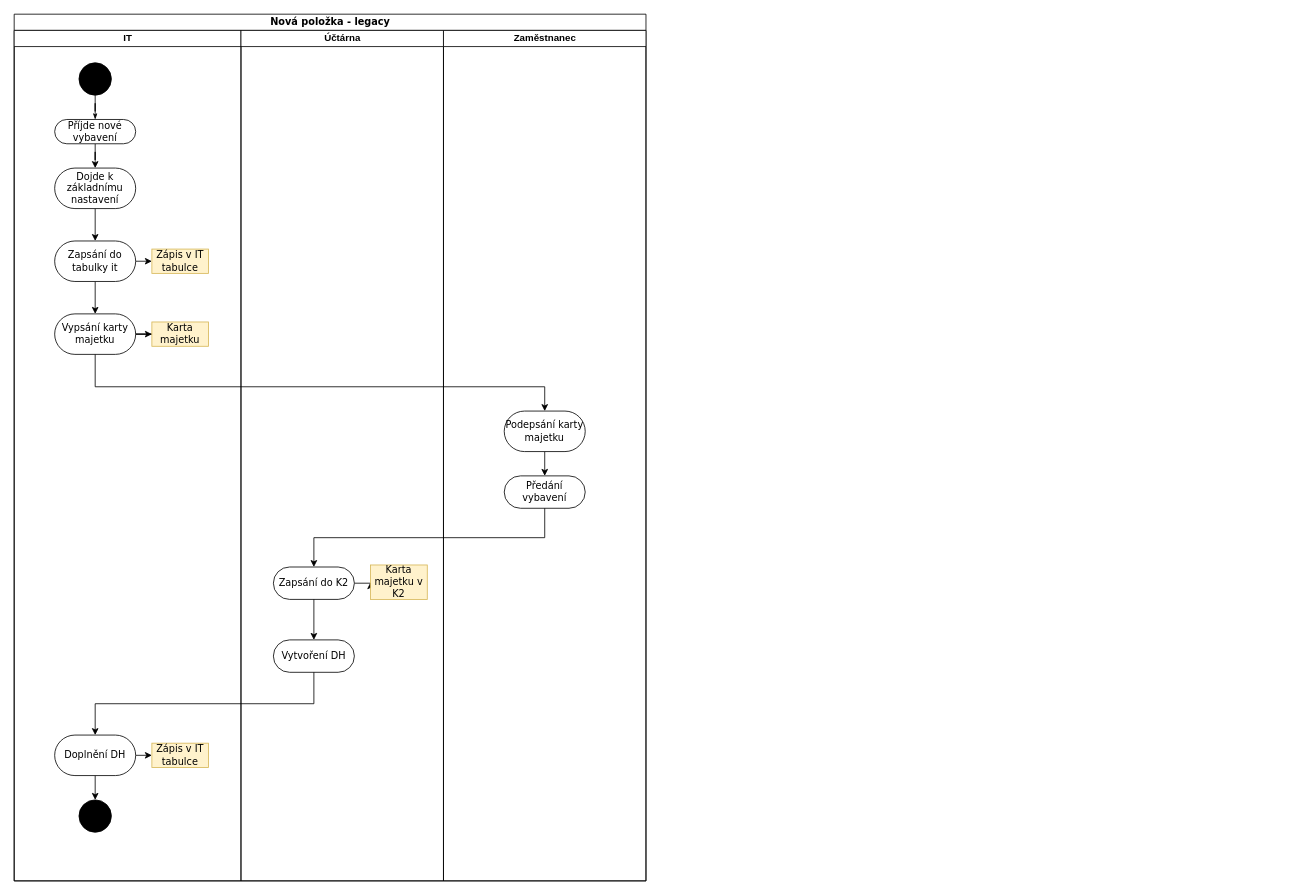
This is page "Nová položka - legacy" (1 of 6) of UML - Inventar.drawio from horeckyj/drawio, a draw.io file, before an edit. Source tidied: cells renumbered, new cells numbered last; positions are measured from the earlier drawing's top-left corner, leaving out a move shared by most shapes. Both pictures are drawn from the tidied source at 81%, with x=0, y=0 at pixel (14, 14).
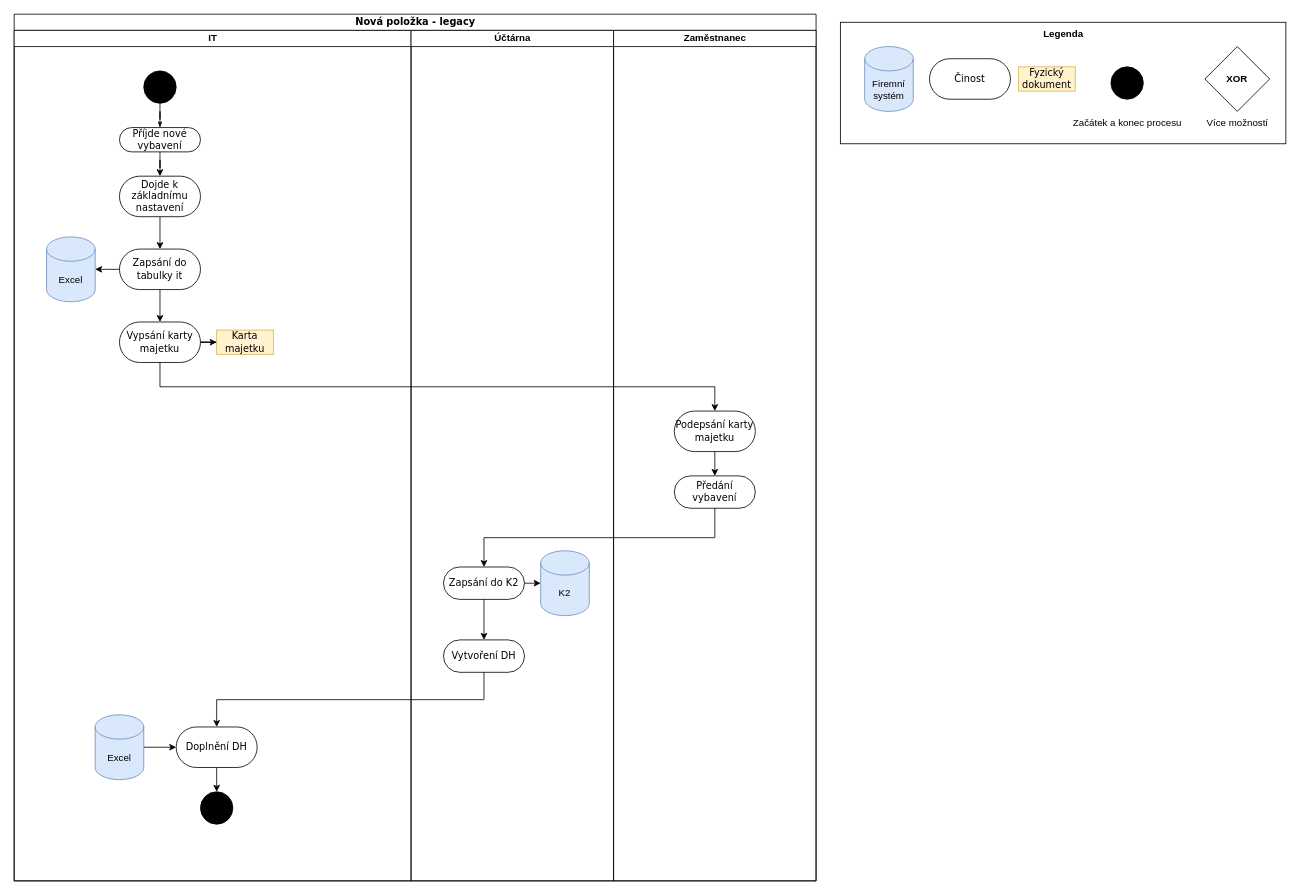
The same page after the edit.

The change refers to these unchanged cells:
```xml
<mxCell id="24" value="Zapsání do K2" style="rounded=1;whiteSpace=wrap;html=1;shadow=0;comic=0;labelBackgroundColor=none;strokeWidth=1;fontFamily=Verdana;fontSize=12;align=center;arcSize=50;" parent="22" vertex="1">
  <mxGeometry x="40" y="662.5" width="100" height="40" as="geometry" />
</mxCell>
<mxCell id="30" value="Podepsání karty majetku" style="rounded=1;whiteSpace=wrap;html=1;shadow=0;comic=0;labelBackgroundColor=none;strokeWidth=1;fontFamily=Verdana;fontSize=12;align=center;arcSize=50;" parent="28" vertex="1">
  <mxGeometry x="75" y="470" width="100" height="50" as="geometry" />
</mxCell>
```

Diff of the diagram source:
```diff
@@
     <mxCell id="2" value="Nová položka - legacy" style="swimlane;html=1;startSize=20;rounded=0;shadow=0;comic=0;labelBackgroundColor=none;strokeWidth=1;fontFamily=Verdana;fontSize=12;align=center;" parent="1" vertex="1">
-      <mxGeometry width="780" height="1070" as="geometry" />
+      <mxGeometry width="990" height="1070" as="geometry" />
     </mxCell>
     <mxCell id="3" value="IT" style="swimlane;html=1;startSize=20;" parent="2" vertex="1">
-      <mxGeometry y="20" width="280" height="1050" as="geometry" />
+      <mxGeometry y="20" width="490" height="1050" as="geometry" />
     </mxCell>
     <mxCell id="4" style="ellipse;whiteSpace=wrap;html=1;rounded=0;shadow=0;comic=0;labelBackgroundColor=none;strokeWidth=1;fillColor=#000000;fontFamily=Verdana;fontSize=12;align=center;" parent="3" vertex="1">
-      <mxGeometry x="80" y="40" width="40" height="40" as="geometry" />
+      <mxGeometry x="160" y="50" width="40" height="40" as="geometry" />
     </mxCell>
@@
     <mxCell id="6" value="Příjde nové vybavení" style="rounded=1;whiteSpace=wrap;html=1;shadow=0;comic=0;labelBackgroundColor=none;strokeWidth=1;fontFamily=Verdana;fontSize=12;align=center;arcSize=50;" parent="3" vertex="1">
-      <mxGeometry x="50" y="110" width="100" height="30" as="geometry" />
+      <mxGeometry x="130" y="120" width="100" height="30" as="geometry" />
     </mxCell>
@@
     <mxCell id="9" value="Dojde k základnímu nastavení" style="rounded=1;whiteSpace=wrap;html=1;shadow=0;comic=0;labelBackgroundColor=none;strokeWidth=1;fontFamily=Verdana;fontSize=12;align=center;arcSize=50;" parent="3" vertex="1">
-      <mxGeometry x="50" y="170" width="100" height="50" as="geometry" />
+      <mxGeometry x="130" y="180" width="100" height="50" as="geometry" />
     </mxCell>
@@
     <mxCell id="11" value="Vypsání karty majetku" style="rounded=1;whiteSpace=wrap;html=1;shadow=0;comic=0;labelBackgroundColor=none;strokeWidth=1;fontFamily=Verdana;fontSize=12;align=center;arcSize=50;" parent="3" vertex="1">
-      <mxGeometry x="50" y="350" width="100" height="50" as="geometry" />
+      <mxGeometry x="130" y="360" width="100" height="50" as="geometry" />
     </mxCell>
     <mxCell id="12" value="Karta majetku" style="rounded=0;whiteSpace=wrap;html=1;shadow=0;comic=0;labelBackgroundColor=none;strokeWidth=1;fontFamily=Verdana;fontSize=12;align=center;arcSize=50;fillColor=#fff2cc;strokeColor=#d6b656;" parent="3" vertex="1">
-      <mxGeometry x="170" y="360" width="70" height="30" as="geometry" />
+      <mxGeometry x="250" y="370" width="70" height="30" as="geometry" />
     </mxCell>
-    <mxCell id="13" style="edgeStyle=orthogonalEdgeStyle;rounded=0;jettySize=auto;html=1;exitX=1;exitY=0.5;exitDx=0;exitDy=0;entryX=0;entryY=0.5;entryDx=0;entryDy=0;" parent="3" edge="1" source="15" target="16">
-      <mxGeometry relative="1" as="geometry" />
-    </mxCell>
@@
     <mxCell id="15" value="Zapsání do tabulky it" style="rounded=1;whiteSpace=wrap;html=1;shadow=0;comic=0;labelBackgroundColor=none;strokeWidth=1;fontFamily=Verdana;fontSize=12;align=center;arcSize=50;" parent="3" vertex="1">
-      <mxGeometry x="50" y="260" width="100" height="50" as="geometry" />
+      <mxGeometry x="130" y="270" width="100" height="50" as="geometry" />
     </mxCell>
-    <mxCell id="16" value="Zápis v IT tabulce" style="rounded=0;whiteSpace=wrap;html=1;shadow=0;comic=0;labelBackgroundColor=none;strokeWidth=1;fontFamily=Verdana;fontSize=12;align=center;arcSize=50;fillColor=#fff2cc;strokeColor=#d6b656;" parent="3" vertex="1">
-      <mxGeometry x="170" y="270" width="70" height="30" as="geometry" />
-    </mxCell>
-    <mxCell id="17" style="edgeStyle=orthogonalEdgeStyle;rounded=0;jettySize=auto;html=1;exitX=1;exitY=0.5;exitDx=0;exitDy=0;entryX=0;entryY=0.5;entryDx=0;entryDy=0;" parent="3" edge="1" source="19" target="20">
-      <mxGeometry relative="1" as="geometry" />
-    </mxCell>
@@
     <mxCell id="19" value="Doplnění DH" style="rounded=1;whiteSpace=wrap;html=1;shadow=0;comic=0;labelBackgroundColor=none;strokeWidth=1;fontFamily=Verdana;fontSize=12;align=center;arcSize=50;" parent="3" vertex="1">
-      <mxGeometry x="50" y="870" width="100" height="50" as="geometry" />
+      <mxGeometry x="200" y="860" width="100" height="50" as="geometry" />
     </mxCell>
-    <mxCell id="20" value="Zápis v IT tabulce" style="rounded=0;whiteSpace=wrap;html=1;shadow=0;comic=0;labelBackgroundColor=none;strokeWidth=1;fontFamily=Verdana;fontSize=12;align=center;arcSize=50;fillColor=#fff2cc;strokeColor=#d6b656;" parent="3" vertex="1">
-      <mxGeometry x="170" y="880" width="70" height="30" as="geometry" />
-    </mxCell>
     <mxCell id="21" style="ellipse;whiteSpace=wrap;html=1;rounded=0;shadow=0;comic=0;labelBackgroundColor=none;strokeWidth=1;fillColor=#000000;fontFamily=Verdana;fontSize=12;align=center;" parent="3" vertex="1">
-      <mxGeometry x="80" y="950" width="40" height="40" as="geometry" />
+      <mxGeometry x="230" y="940" width="40" height="40" as="geometry" />
     </mxCell>
+    <mxCell id="35" value="Excel" style="shape=cylinder3;whiteSpace=wrap;html=1;boundedLbl=1;backgroundOutline=1;size=15;fillColor=#dae8fc;strokeColor=#6c8ebf;" parent="3" vertex="1">
+      <mxGeometry x="40" y="255" width="60" height="80" as="geometry" />
+    </mxCell>
+    <mxCell id="36" style="edgeStyle=orthogonalEdgeStyle;rounded=0;jettySize=auto;html=1;exitX=0;exitY=0.5;exitDx=0;exitDy=0;entryX=1;entryY=0.5;entryDx=0;entryDy=0;entryPerimeter=0;" parent="3" edge="1" source="15" target="35">
+      <mxGeometry relative="1" as="geometry" />
+    </mxCell>
+    <mxCell id="37" style="edgeStyle=orthogonalEdgeStyle;rounded=0;jettySize=auto;html=1;exitX=1;exitY=0.5;exitDx=0;exitDy=0;exitPerimeter=0;entryX=0;entryY=0.5;entryDx=0;entryDy=0;" parent="3" edge="1" source="38" target="19">
+      <mxGeometry relative="1" as="geometry" />
+    </mxCell>
+    <mxCell id="38" value="Excel" style="shape=cylinder3;whiteSpace=wrap;html=1;boundedLbl=1;backgroundOutline=1;size=15;fillColor=#dae8fc;strokeColor=#6c8ebf;" parent="3" vertex="1">
+      <mxGeometry x="100" y="845" width="60" height="80" as="geometry" />
+    </mxCell>
     <mxCell id="22" value="Účtárna" style="swimlane;html=1;startSize=20;" parent="2" vertex="1">
-      <mxGeometry x="280" y="20" width="250" height="1050" as="geometry" />
+      <mxGeometry x="490" y="20" width="250" height="1050" as="geometry" />
     </mxCell>
-    <mxCell id="23" style="edgeStyle=orthogonalEdgeStyle;rounded=0;jettySize=auto;html=1;exitX=1;exitY=0.5;exitDx=0;exitDy=0;entryX=0;entryY=0.5;entryDx=0;entryDy=0;" parent="22" edge="1" source="24" target="25">
-      <mxGeometry relative="1" as="geometry" />
-    </mxCell>
@@
-    <mxCell id="25" value="Karta majetku v K2" style="rounded=0;whiteSpace=wrap;html=1;shadow=0;comic=0;labelBackgroundColor=none;strokeWidth=1;fontFamily=Verdana;fontSize=12;align=center;arcSize=50;fillColor=#fff2cc;strokeColor=#d6b656;" parent="22" vertex="1">
-      <mxGeometry x="160" y="660" width="70" height="42.5" as="geometry" />
-    </mxCell>
@@
+    <mxCell id="39" value="K2" style="shape=cylinder3;whiteSpace=wrap;html=1;boundedLbl=1;backgroundOutline=1;size=15;fillColor=#dae8fc;strokeColor=#6c8ebf;" parent="22" vertex="1">
+      <mxGeometry x="160" y="642.5" width="60" height="80" as="geometry" />
+    </mxCell>
+    <mxCell id="40" style="edgeStyle=orthogonalEdgeStyle;rounded=0;jettySize=auto;html=1;exitX=1;exitY=0.5;exitDx=0;exitDy=0;entryX=0;entryY=0.5;entryDx=0;entryDy=0;entryPerimeter=0;" parent="22" edge="1" source="24" target="39">
+      <mxGeometry relative="1" as="geometry" />
+    </mxCell>
     <mxCell id="28" value="Zaměstnanec" style="swimlane;html=1;startSize=20;" parent="2" vertex="1">
-      <mxGeometry x="530" y="20" width="250" height="1050" as="geometry" />
+      <mxGeometry x="740" y="20" width="250" height="1050" as="geometry" />
     </mxCell>
@@
-    <mxCell id="32" style="edgeStyle=orthogonalEdgeStyle;rounded=0;jettySize=auto;html=1;exitX=0.5;exitY=1;exitDx=0;exitDy=0;entryX=0.5;entryY=0;entryDx=0;entryDy=0;" parent="2" edge="1" source="11" target="30">
-      <mxGeometry relative="1" as="geometry">
-        <Array as="points">
-          <mxPoint x="100" y="460" />
-          <mxPoint x="655" y="460" />
-        </Array>
-      </mxGeometry>
-    </mxCell>
@@
+    <mxCell id="32" style="edgeStyle=orthogonalEdgeStyle;rounded=0;jettySize=auto;html=1;exitX=0.5;exitY=1;exitDx=0;exitDy=0;entryX=0.5;entryY=0;entryDx=0;entryDy=0;" parent="2" edge="1" source="11" target="30">
+      <mxGeometry relative="1" as="geometry" />
+    </mxCell>
+    <mxCell id="41" style="rounded=0;whiteSpace=wrap;html=1;" parent="1" vertex="1">
+      <mxGeometry x="1020" y="10" width="550" height="150" as="geometry" />
+    </mxCell>
+    <mxCell id="42" value="Firemní systém" style="shape=cylinder3;whiteSpace=wrap;html=1;boundedLbl=1;backgroundOutline=1;size=15;fillColor=#dae8fc;strokeColor=#6c8ebf;" parent="1" vertex="1">
+      <mxGeometry x="1050" y="40" width="60" height="80" as="geometry" />
+    </mxCell>
+    <mxCell id="43" value="Činost" style="rounded=1;whiteSpace=wrap;html=1;shadow=0;comic=0;labelBackgroundColor=none;strokeWidth=1;fontFamily=Verdana;fontSize=12;align=center;arcSize=50;" parent="1" vertex="1">
+      <mxGeometry x="1130" y="55" width="100" height="50" as="geometry" />
+    </mxCell>
+    <mxCell id="44" value="Fyzický dokument" style="rounded=0;whiteSpace=wrap;html=1;shadow=0;comic=0;labelBackgroundColor=none;strokeWidth=1;fontFamily=Verdana;fontSize=12;align=center;arcSize=50;fillColor=#fff2cc;strokeColor=#d6b656;" parent="1" vertex="1">
+      <mxGeometry x="1240" y="65" width="70" height="30" as="geometry" />
+    </mxCell>
+    <mxCell id="45" style="ellipse;whiteSpace=wrap;html=1;rounded=0;shadow=0;comic=0;labelBackgroundColor=none;strokeWidth=1;fillColor=#000000;fontFamily=Verdana;fontSize=12;align=center;" parent="1" vertex="1">
+      <mxGeometry x="1354" y="65" width="40" height="40" as="geometry" />
+    </mxCell>
+    <mxCell id="46" value="Začátek a konec procesu" style="text;html=1;align=center;verticalAlign=middle;strokeColor=none;fillColor=none;" parent="1" vertex="1">
+      <mxGeometry x="1294" y="120" width="160" height="30" as="geometry" />
+    </mxCell>
+    <mxCell id="47" value="&lt;b&gt;XOR&lt;/b&gt;" style="rhombus;whiteSpace=wrap;html=1;" parent="1" vertex="1">
+      <mxGeometry x="1470" y="40" width="80" height="80" as="geometry" />
+    </mxCell>
+    <mxCell id="48" value="Více možností" style="text;html=1;align=center;verticalAlign=middle;strokeColor=none;fillColor=none;" parent="1" vertex="1">
+      <mxGeometry x="1460" y="120" width="100" height="30" as="geometry" />
+    </mxCell>
+    <mxCell id="49" value="Legenda" style="text;html=1;align=center;verticalAlign=middle;strokeColor=none;fillColor=none;fontStyle=1;" parent="1" vertex="1">
+      <mxGeometry x="1260" y="10" width="70" height="30" as="geometry" />
+    </mxCell>
```
